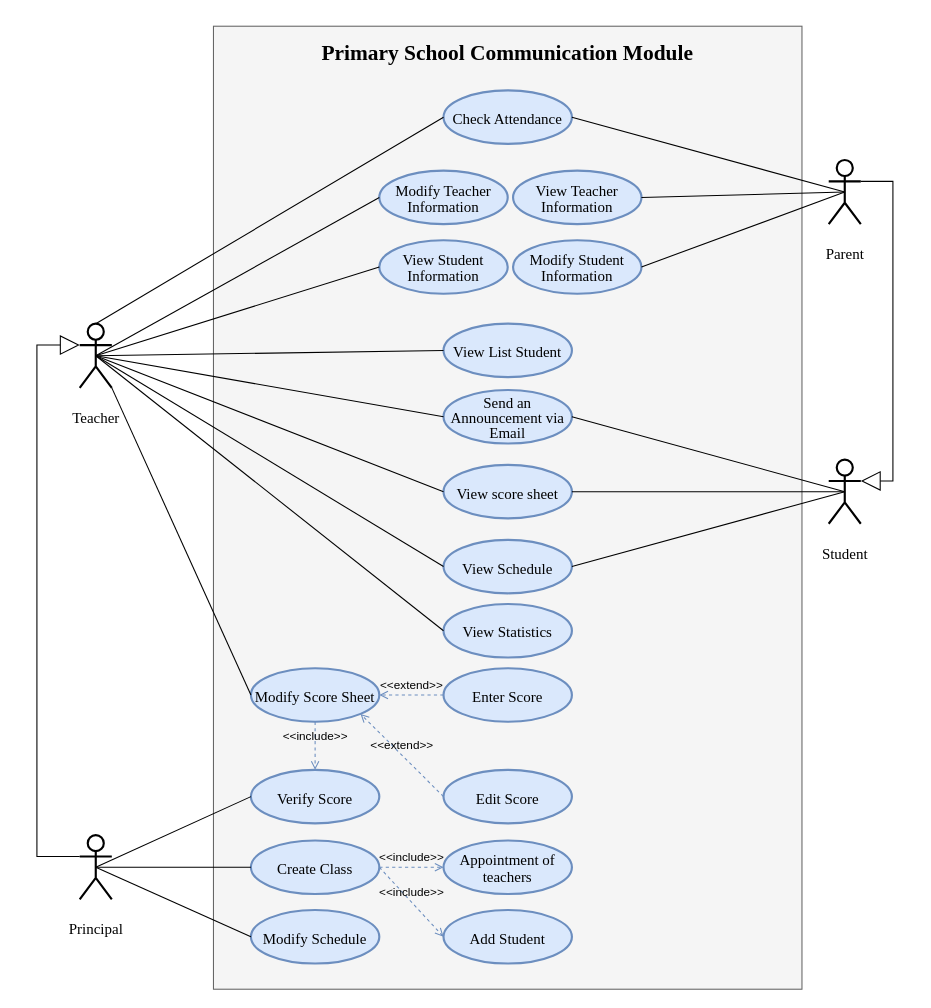
Above: client/src/public/diagrams/UseCase.drawio in it-TranKhaiHoang/soa-final-project (draw.io), before the change. Source tidied: cells renumbered, new cells numbered last; positions are measured from the earlier drawing's top-left corner, leaving out a move shared by most shapes. Both pictures are drawn from the tidied source at 107%, with x=0, y=0 at pixel (36, 26).
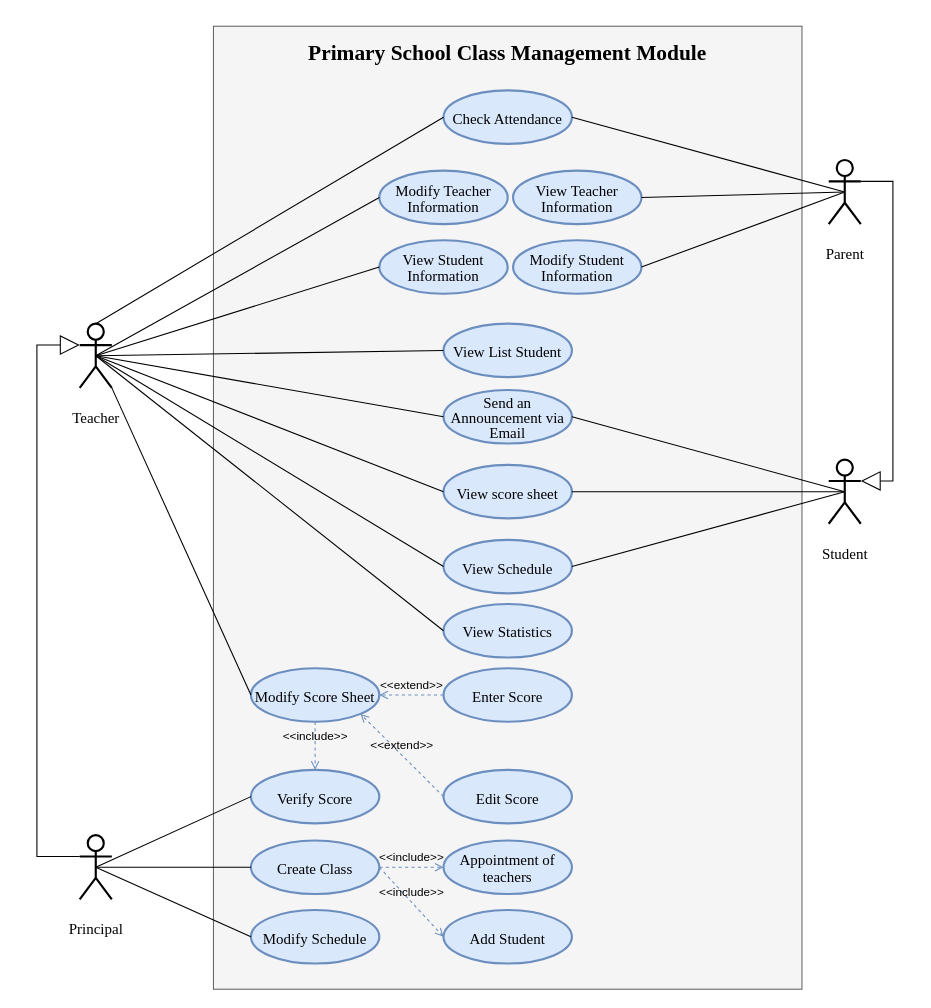
The same diagram, later.

Commit message (it also covers changes not shown here):
update all diagram

Change to the diagram source:
```diff
@@
-    <mxCell id="43" value="&lt;p&gt;&lt;font face=&quot;Times New Roman&quot;&gt;&lt;b&gt;Primary School Communication Module&lt;/b&gt;&lt;/font&gt;&lt;/p&gt;" style="text;html=1;strokeColor=none;fillColor=none;align=center;verticalAlign=middle;whiteSpace=wrap;rounded=1;fontSize=20;fontFamily=Architects Daughter;" parent="1" vertex="1">
+    <mxCell id="43" value="&lt;p&gt;&lt;font face=&quot;Times New Roman&quot;&gt;&lt;b&gt;Primary School Class Management Module&lt;/b&gt;&lt;/font&gt;&lt;/p&gt;" style="text;html=1;strokeColor=none;fillColor=none;align=center;verticalAlign=middle;whiteSpace=wrap;rounded=1;fontSize=20;fontFamily=Architects Daughter;" parent="1" vertex="1">
       <mxGeometry x="190" y="10" width="500" height="30" as="geometry" />
     </mxCell>
```
